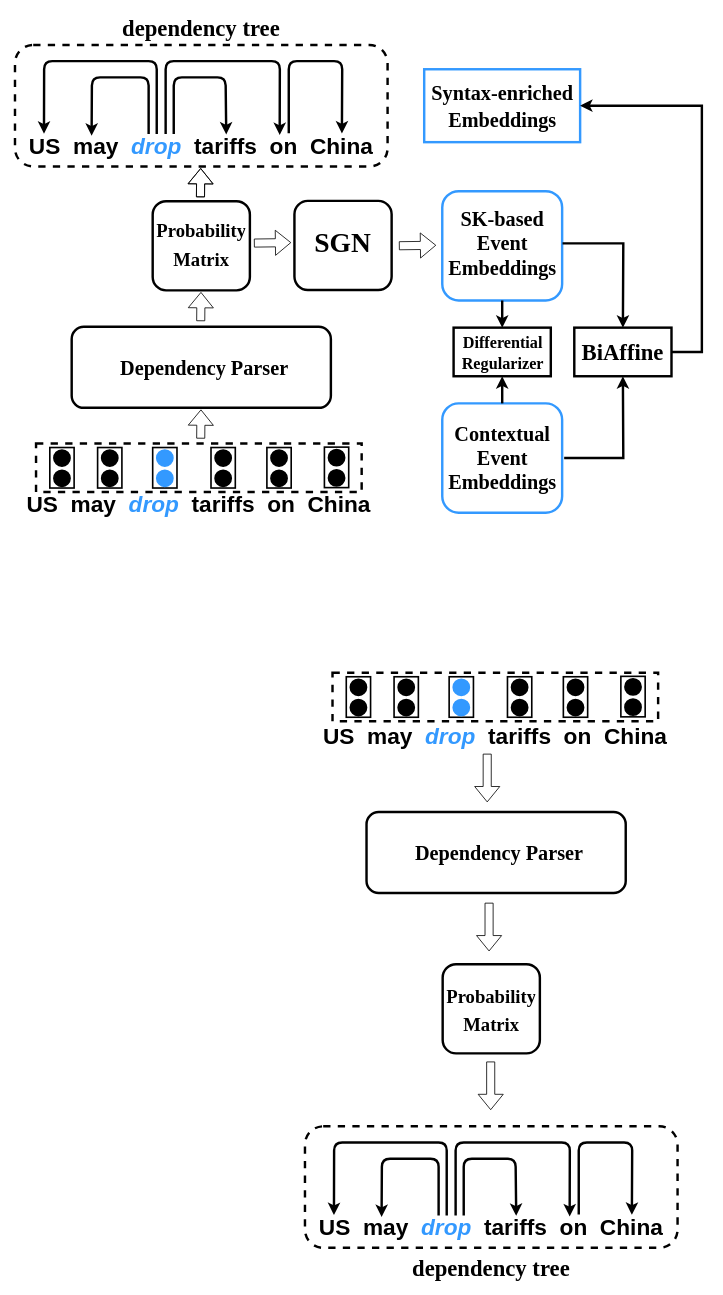
Earlier version of the draw.io diagram Dependency Tree/eksgn_syn.drawio (DavidChengweiLiu/EKSGN). Source tidied: cells renumbered, new cells numbered last; positions are measured from the earlier drawing's top-left corner, leaving out a move shared by most shapes. Both pictures are drawn from the tidied source at 81%, with x=0, y=0 at pixel (15, 15).
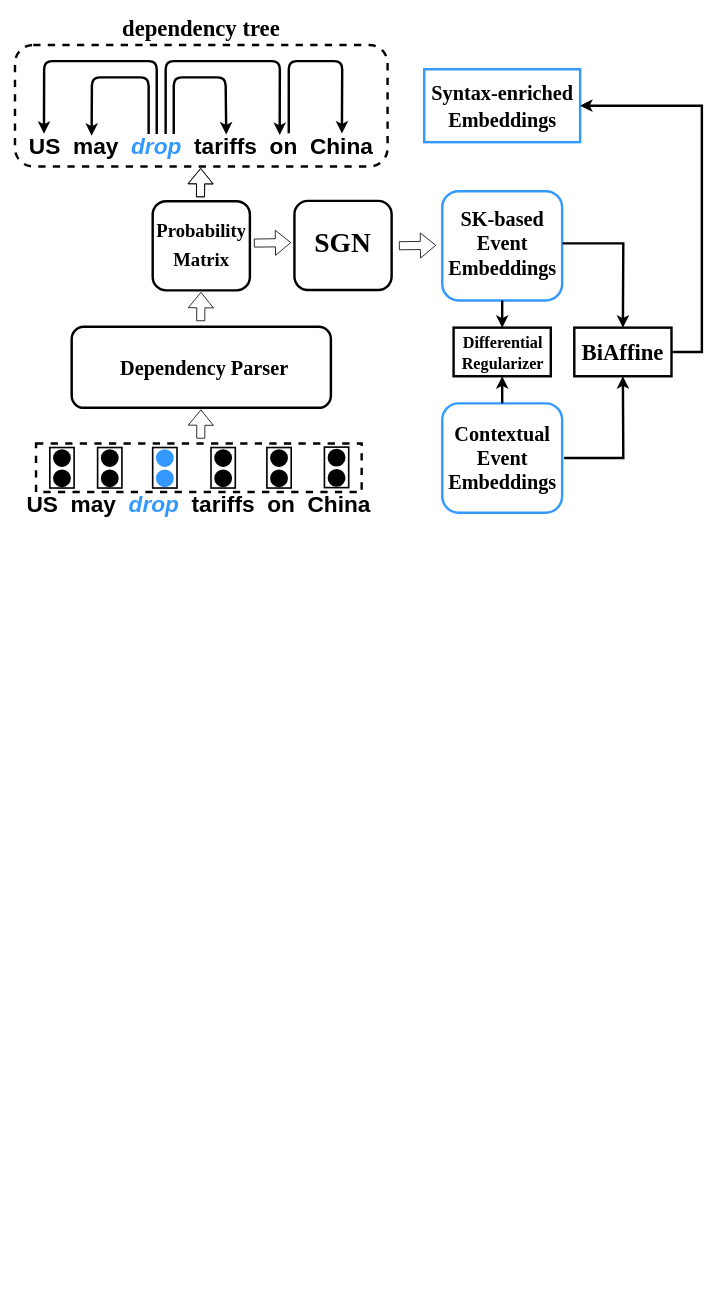
The same page after the edit.

The edit, as a diff of the source:
```diff
@@
-    <mxCell id="58" style="rounded=1;whiteSpace=wrap;html=1;dashed=1;strokeWidth=3;" parent="1" vertex="1">
-      <mxGeometry x="358" y="1371" width="460" height="150" as="geometry" />
-    </mxCell>
-    <mxCell id="59" value="&lt;b style=&quot;font-size: 28px;&quot;&gt;US&amp;nbsp; may&amp;nbsp; &lt;i&gt;&lt;font style=&quot;font-size: 28px;&quot; color=&quot;#3399ff&quot;&gt;drop&lt;/font&gt;&lt;/i&gt;&amp;nbsp; tariffs&amp;nbsp; on&amp;nbsp; China&lt;/b&gt;" style="text;html=1;strokeColor=none;fillColor=none;align=center;verticalAlign=middle;whiteSpace=wrap;rounded=0;fontSize=29;" parent="1" vertex="1">
-      <mxGeometry x="368" y="1481" width="440" height="30" as="geometry" />
-    </mxCell>
-    <mxCell id="60" style="endArrow=classic;html=1;rounded=1;fontSize=29;entryX=0.07;entryY=-0.013;entryDx=0;entryDy=0;entryPerimeter=0;strokeWidth=3;" parent="1" edge="1">
-      <mxGeometry relative="1" as="geometry">
-        <mxPoint x="533" y="1481" as="sourcePoint" />
-        <mxPoint x="393.8" y="1480.6" as="targetPoint" />
-        <Array as="points">
-          <mxPoint x="533" y="1391" />
-          <mxPoint x="394" y="1391" />
-        </Array>
-      </mxGeometry>
-    </mxCell>
-    <mxCell id="61" style="endArrow=classic;html=1;rounded=1;fontSize=29;entryX=0.199;entryY=0.067;entryDx=0;entryDy=0;entryPerimeter=0;strokeWidth=3;" parent="1" edge="1">
-      <mxGeometry relative="1" as="geometry">
-        <mxPoint x="523" y="1481" as="sourcePoint" />
-        <mxPoint x="452.6" y="1483" as="targetPoint" />
-        <Array as="points">
-          <mxPoint x="523" y="1411" />
-          <mxPoint x="453" y="1411" />
-        </Array>
-      </mxGeometry>
-    </mxCell>
-    <mxCell id="62" style="endArrow=classic;html=1;rounded=1;fontSize=29;entryX=0.72;entryY=0.04;entryDx=0;entryDy=0;entryPerimeter=0;strokeWidth=3;" parent="1" edge="1" target="59">
-      <mxGeometry relative="1" as="geometry">
-        <mxPoint x="544" y="1481" as="sourcePoint" />
-        <Array as="points">
-          <mxPoint x="544" y="1391" />
-          <mxPoint x="685" y="1391" />
-        </Array>
-      </mxGeometry>
-    </mxCell>
-    <mxCell id="63" style="endArrow=classic;html=1;rounded=1;fontSize=29;entryX=0.579;entryY=0.016;entryDx=0;entryDy=0;entryPerimeter=0;strokeWidth=3;" parent="1" edge="1">
-      <mxGeometry relative="1" as="geometry">
-        <mxPoint x="554" y="1481" as="sourcePoint" />
-        <mxPoint x="618.8" y="1481.5" as="targetPoint" />
-        <Array as="points">
-          <mxPoint x="554" y="1411" />
-          <mxPoint x="618" y="1411" />
-        </Array>
-      </mxGeometry>
-    </mxCell>
-    <mxCell id="64" style="endArrow=classic;html=1;rounded=1;fontSize=29;entryX=0.89;entryY=-0.022;entryDx=0;entryDy=0;entryPerimeter=0;strokeWidth=3;" parent="1" edge="1">
-      <mxGeometry relative="1" as="geometry">
-        <mxPoint x="696" y="1480" as="sourcePoint" />
-        <mxPoint x="761.6" y="1480.3" as="targetPoint" />
-        <Array as="points">
-          <mxPoint x="696" y="1391" />
-          <mxPoint x="762" y="1391" />
-        </Array>
-      </mxGeometry>
-    </mxCell>
-    <mxCell id="65" value="&lt;span style=&quot;font-size: 28px;&quot;&gt;&lt;b&gt;US&amp;nbsp; may&amp;nbsp; &lt;i&gt;&lt;font style=&quot;font-size: 28px;&quot; color=&quot;#3399ff&quot;&gt;drop&lt;/font&gt;&amp;nbsp; &lt;/i&gt;tariffs&amp;nbsp; on&amp;nbsp; China&lt;/b&gt;&lt;/span&gt;" style="text;html=1;strokeColor=none;fillColor=none;align=center;verticalAlign=middle;whiteSpace=wrap;rounded=0;fontSize=29;" parent="1" vertex="1">
-      <mxGeometry x="373" y="874" width="440" height="30" as="geometry" />
-    </mxCell>
-    <mxCell id="66" style="rounded=0;whiteSpace=wrap;html=1;dashed=1;strokeWidth=3;" parent="1" vertex="1">
-      <mxGeometry x="392" y="811" width="402" height="60" as="geometry" />
-    </mxCell>
-    <mxCell id="67" style="rounded=0;whiteSpace=wrap;html=1;strokeWidth=2;rotation=90;" parent="1" vertex="1">
-      <mxGeometry x="399" y="826" width="50" height="30" as="geometry" />
-    </mxCell>
-    <mxCell id="68" style="ellipse;whiteSpace=wrap;html=1;strokeWidth=2;fillColor=#000000;" parent="1" vertex="1">
-      <mxGeometry x="414" y="819" width="20" height="20" as="geometry" />
-    </mxCell>
-    <mxCell id="69" style="ellipse;whiteSpace=wrap;html=1;strokeWidth=2;fillColor=#000000;" parent="1" vertex="1">
-      <mxGeometry x="414" y="844" width="20" height="20" as="geometry" />
-    </mxCell>
-    <mxCell id="70" style="rounded=0;whiteSpace=wrap;html=1;strokeWidth=2;rotation=90;" parent="1" vertex="1">
-      <mxGeometry x="458" y="826" width="50" height="30" as="geometry" />
-    </mxCell>
-    <mxCell id="71" style="ellipse;whiteSpace=wrap;html=1;strokeWidth=2;fillColor=#000000;" parent="1" vertex="1">
-      <mxGeometry x="473" y="819" width="20" height="20" as="geometry" />
-    </mxCell>
-    <mxCell id="72" style="ellipse;whiteSpace=wrap;html=1;strokeWidth=2;fillColor=#000000;" parent="1" vertex="1">
-      <mxGeometry x="473" y="844" width="20" height="20" as="geometry" />
-    </mxCell>
-    <mxCell id="73" style="rounded=0;whiteSpace=wrap;html=1;strokeWidth=2;rotation=90;" parent="1" vertex="1">
-      <mxGeometry x="598" y="826" width="50" height="30" as="geometry" />
-    </mxCell>
-    <mxCell id="74" style="ellipse;whiteSpace=wrap;html=1;strokeWidth=2;fillColor=#000000;" parent="1" vertex="1">
-      <mxGeometry x="613" y="819" width="20" height="20" as="geometry" />
-    </mxCell>
-    <mxCell id="75" style="ellipse;whiteSpace=wrap;html=1;strokeWidth=2;fillColor=#000000;" parent="1" vertex="1">
-      <mxGeometry x="613" y="844" width="20" height="20" as="geometry" />
-    </mxCell>
-    <mxCell id="76" style="rounded=0;whiteSpace=wrap;html=1;strokeWidth=2;rotation=90;" parent="1" vertex="1">
-      <mxGeometry x="738" y="825.5" width="50" height="30" as="geometry" />
-    </mxCell>
-    <mxCell id="77" style="ellipse;whiteSpace=wrap;html=1;strokeWidth=2;fillColor=#000000;" parent="1" vertex="1">
-      <mxGeometry x="753" y="818.5" width="20" height="20" as="geometry" />
-    </mxCell>
-    <mxCell id="78" style="ellipse;whiteSpace=wrap;html=1;strokeWidth=2;fillColor=#000000;" parent="1" vertex="1">
-      <mxGeometry x="753" y="843.5" width="20" height="20" as="geometry" />
-    </mxCell>
-    <mxCell id="79" style="rounded=0;whiteSpace=wrap;html=1;strokeWidth=2;rotation=90;" parent="1" vertex="1">
-      <mxGeometry x="667" y="826" width="50" height="30" as="geometry" />
-    </mxCell>
-    <mxCell id="80" style="ellipse;whiteSpace=wrap;html=1;strokeWidth=2;fillColor=#000000;" parent="1" vertex="1">
-      <mxGeometry x="682" y="819" width="20" height="20" as="geometry" />
-    </mxCell>
-    <mxCell id="81" style="ellipse;whiteSpace=wrap;html=1;strokeWidth=2;fillColor=#000000;" parent="1" vertex="1">
-      <mxGeometry x="682" y="844" width="20" height="20" as="geometry" />
-    </mxCell>
-    <mxCell id="82" style="rounded=0;whiteSpace=wrap;html=1;strokeWidth=2;rotation=90;" parent="1" vertex="1">
-      <mxGeometry x="526" y="826" width="50" height="30" as="geometry" />
-    </mxCell>
-    <mxCell id="83" style="ellipse;whiteSpace=wrap;html=1;strokeWidth=2;fillColor=#3399FF;strokeColor=#3399FF;" parent="1" vertex="1">
-      <mxGeometry x="541" y="819" width="20" height="20" as="geometry" />
-    </mxCell>
-    <mxCell id="84" style="ellipse;whiteSpace=wrap;html=1;strokeWidth=2;fillColor=#3399FF;strokeColor=#3399FF;" parent="1" vertex="1">
-      <mxGeometry x="541" y="844" width="20" height="20" as="geometry" />
-    </mxCell>
-    <mxCell id="85" style="shape=flexArrow;endArrow=classic;html=1;rounded=1;fontSize=29;fontColor=#3399FF;" parent="1" edge="1">
-      <mxGeometry relative="1" as="geometry">
-        <mxPoint x="583" y="911" as="sourcePoint" />
-        <mxPoint x="583" y="971" as="targetPoint" />
-      </mxGeometry>
-    </mxCell>
-    <mxCell id="86" value="&lt;div&gt;&lt;b&gt;dependency&amp;nbsp;&lt;span style=&quot;background-color: initial;&quot;&gt;tree&lt;/span&gt;&lt;/b&gt;&lt;/div&gt;" style="text;html=1;strokeColor=none;fillColor=none;align=center;verticalAlign=middle;whiteSpace=wrap;rounded=0;fontSize=28;fontFamily=Times New Roman;" parent="1" vertex="1">
-      <mxGeometry x="488" y="1531" width="200" height="30" as="geometry" />
-    </mxCell>
-    <mxCell id="87" style="edgeStyle=orthogonalEdgeStyle;rounded=0;orthogonalLoop=1;jettySize=auto;html=1;exitX=0.5;exitY=1;exitDx=0;exitDy=0;fontFamily=Times New Roman;fontSize=24;" parent="1" edge="1">
-      <mxGeometry relative="1" as="geometry">
-        <mxPoint x="645.5" y="1235" as="sourcePoint" />
-        <mxPoint x="645.5" y="1235" as="targetPoint" />
-      </mxGeometry>
-    </mxCell>
-    <mxCell id="88" style="group;" parent="1" vertex="1">
-      <mxGeometry x="434" y="983" width="320" height="100" as="geometry" />
-    </mxCell>
-    <mxCell id="89" style="rounded=1;whiteSpace=wrap;html=1;fontSize=28;fontColor=#000000;strokeWidth=3;" parent="88" vertex="1">
-      <mxGeometry width="320" height="100" as="geometry" />
-    </mxCell>
-    <mxCell id="90" value="&lt;font face=&quot;Times New Roman&quot; size=&quot;1&quot; style=&quot;&quot; color=&quot;#000000&quot;&gt;&lt;b style=&quot;font-size: 25px;&quot;&gt;Dependency Parser&lt;/b&gt;&lt;/font&gt;" style="text;strokeColor=none;fillColor=none;align=center;verticalAlign=middle;spacingLeft=4;spacingRight=4;overflow=hidden;whiteSpace=wrap;html=1;fontSize=29;fontColor=#3399FF;" parent="88" vertex="1">
-      <mxGeometry x="50" width="228" height="100" as="geometry" />
-    </mxCell>
-    <mxCell id="91" style="shape=flexArrow;endArrow=classic;html=1;rounded=1;fontSize=29;fontColor=#3399FF;" parent="1" edge="1">
-      <mxGeometry relative="1" as="geometry">
-        <mxPoint x="585.3" y="1095" as="sourcePoint" />
-        <mxPoint x="585.3" y="1155" as="targetPoint" />
-      </mxGeometry>
-    </mxCell>
-    <mxCell id="92" style="group;" parent="1" vertex="1">
-      <mxGeometry x="528" y="1171" width="120" height="110" as="geometry" />
-    </mxCell>
-    <mxCell id="93" style="rounded=1;whiteSpace=wrap;html=1;fontSize=29;fontColor=#3399FF;strokeWidth=3;" parent="92" vertex="1">
-      <mxGeometry width="120" height="110" as="geometry" />
-    </mxCell>
-    <mxCell id="94" value="&lt;font face=&quot;Times New Roman&quot; size=&quot;1&quot; style=&quot;&quot; color=&quot;#000000&quot;&gt;&lt;b style=&quot;font-size: 23px;&quot;&gt;Probability Matrix&lt;/b&gt;&lt;/font&gt;" style="text;strokeColor=none;fillColor=none;align=center;verticalAlign=middle;spacingLeft=4;spacingRight=4;overflow=hidden;whiteSpace=wrap;html=1;fontSize=29;fontColor=#3399FF;strokeWidth=4;" parent="92" vertex="1">
-      <mxGeometry y="9" width="120" height="92" as="geometry" />
-    </mxCell>
-    <mxCell id="95" style="shape=flexArrow;endArrow=classic;html=1;rounded=1;fontSize=29;fontColor=#3399FF;" parent="1" edge="1">
-      <mxGeometry relative="1" as="geometry">
-        <mxPoint x="587.3" y="1291" as="sourcePoint" />
-        <mxPoint x="587.3" y="1351" as="targetPoint" />
-      </mxGeometry>
-    </mxCell>
```
